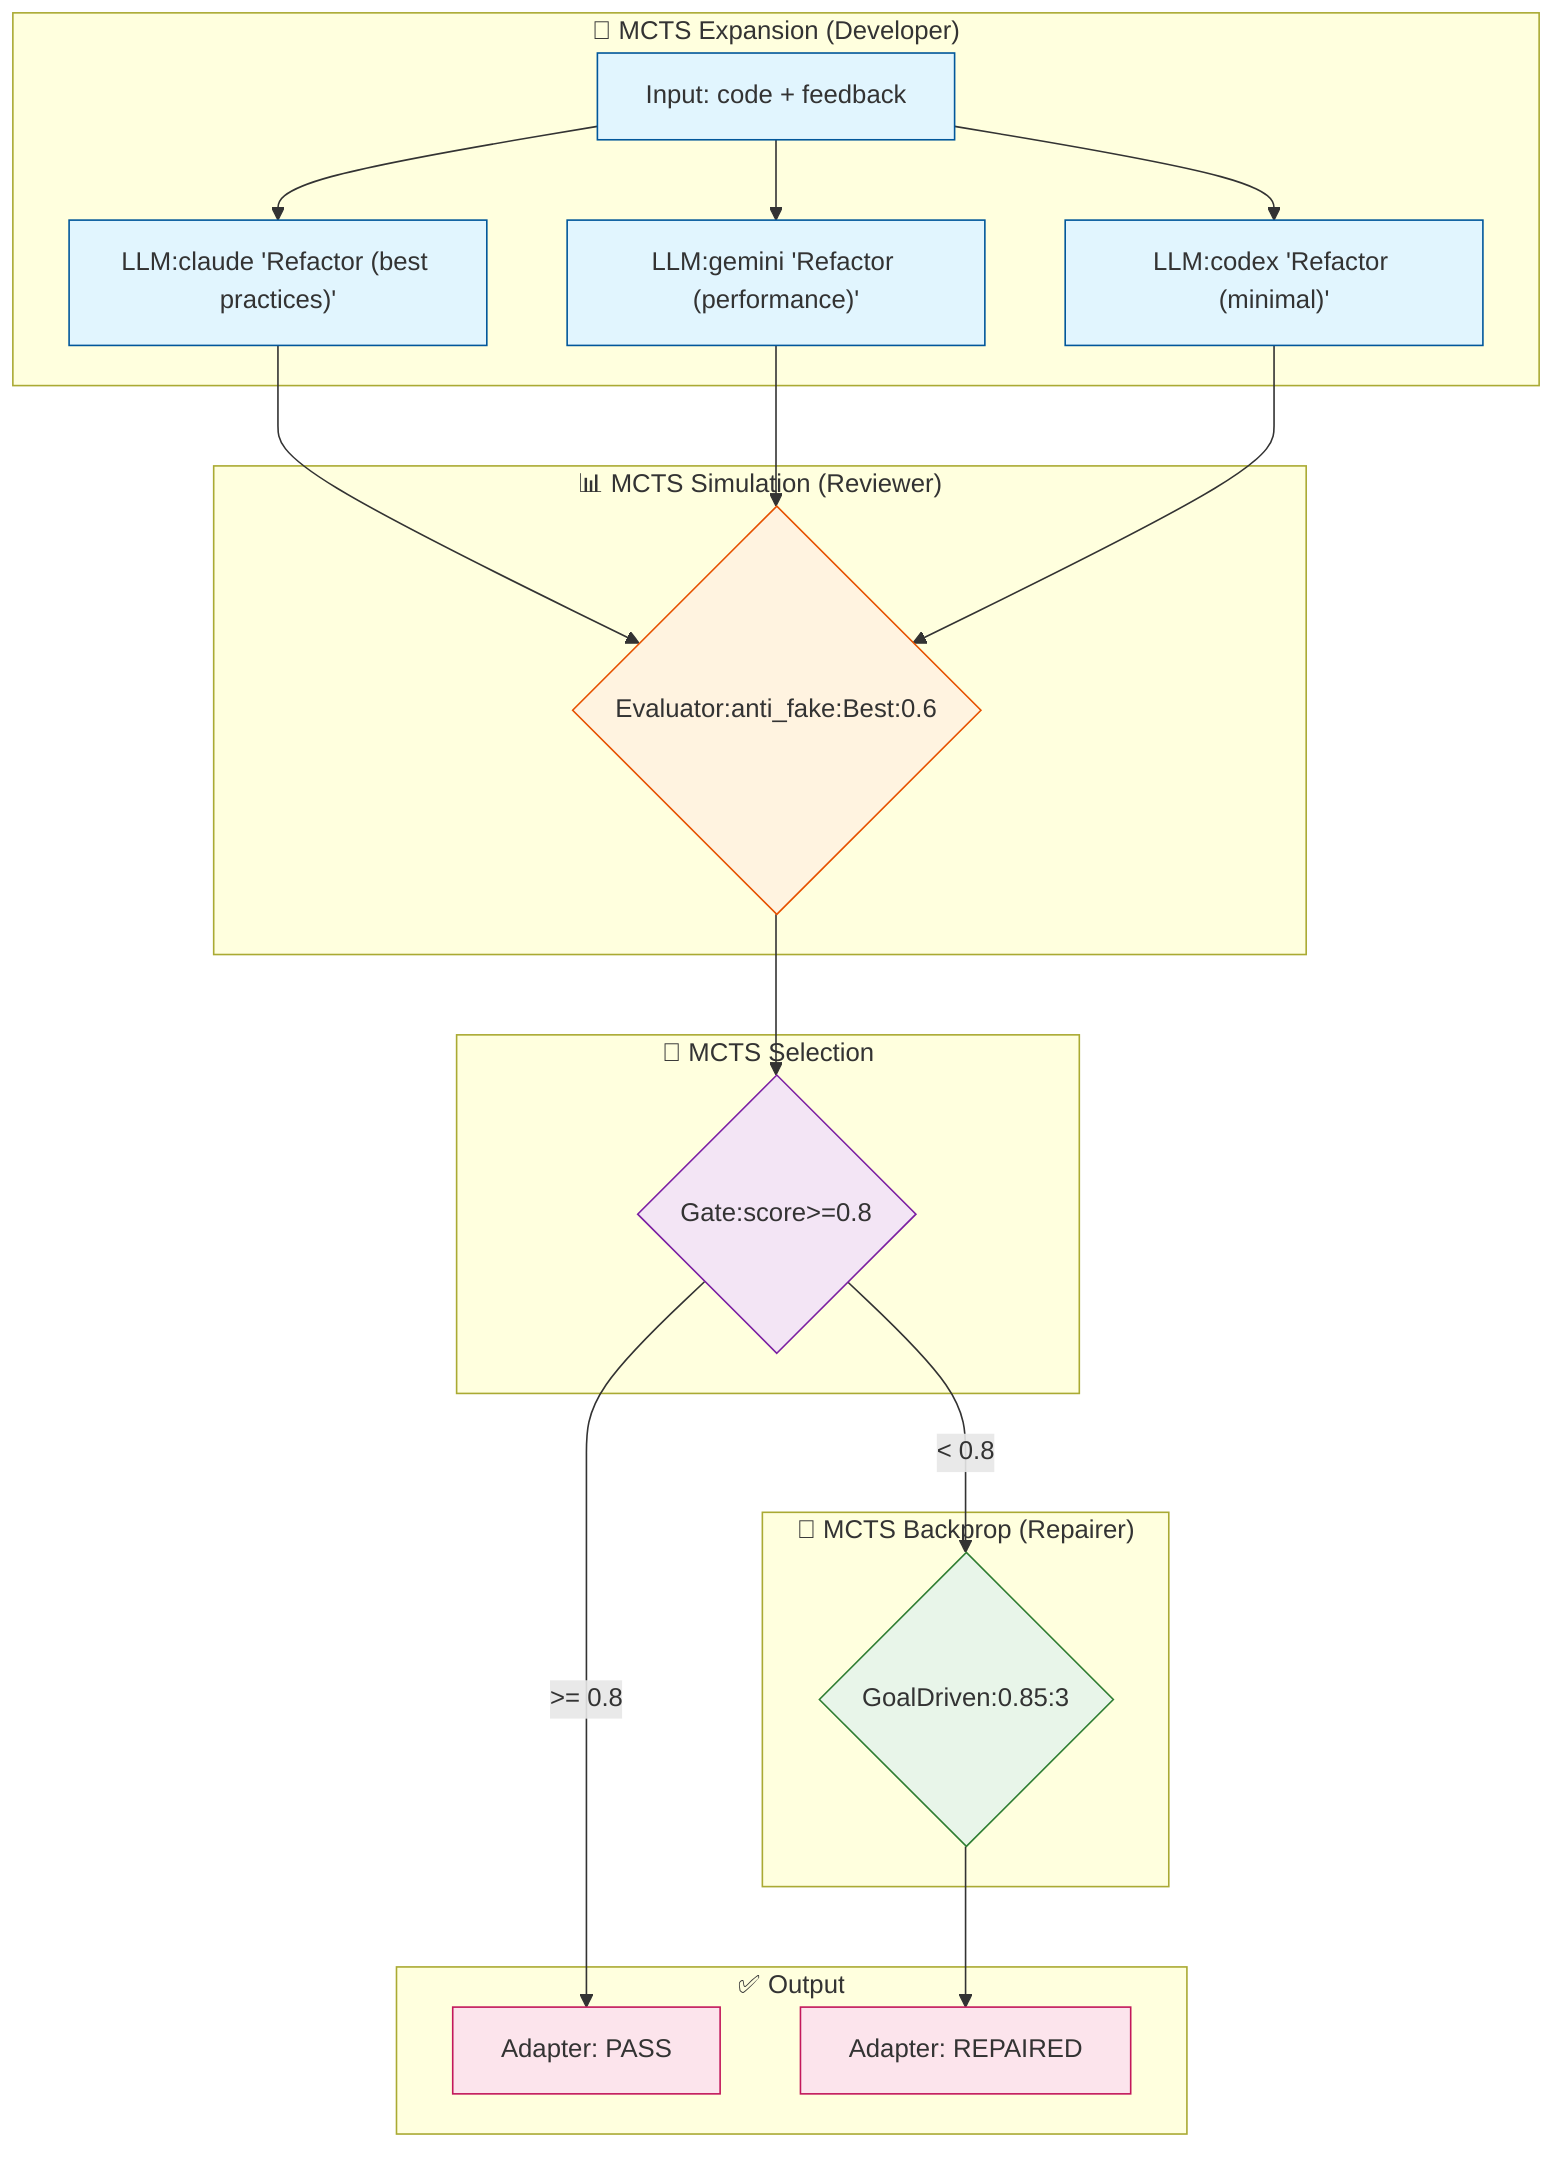
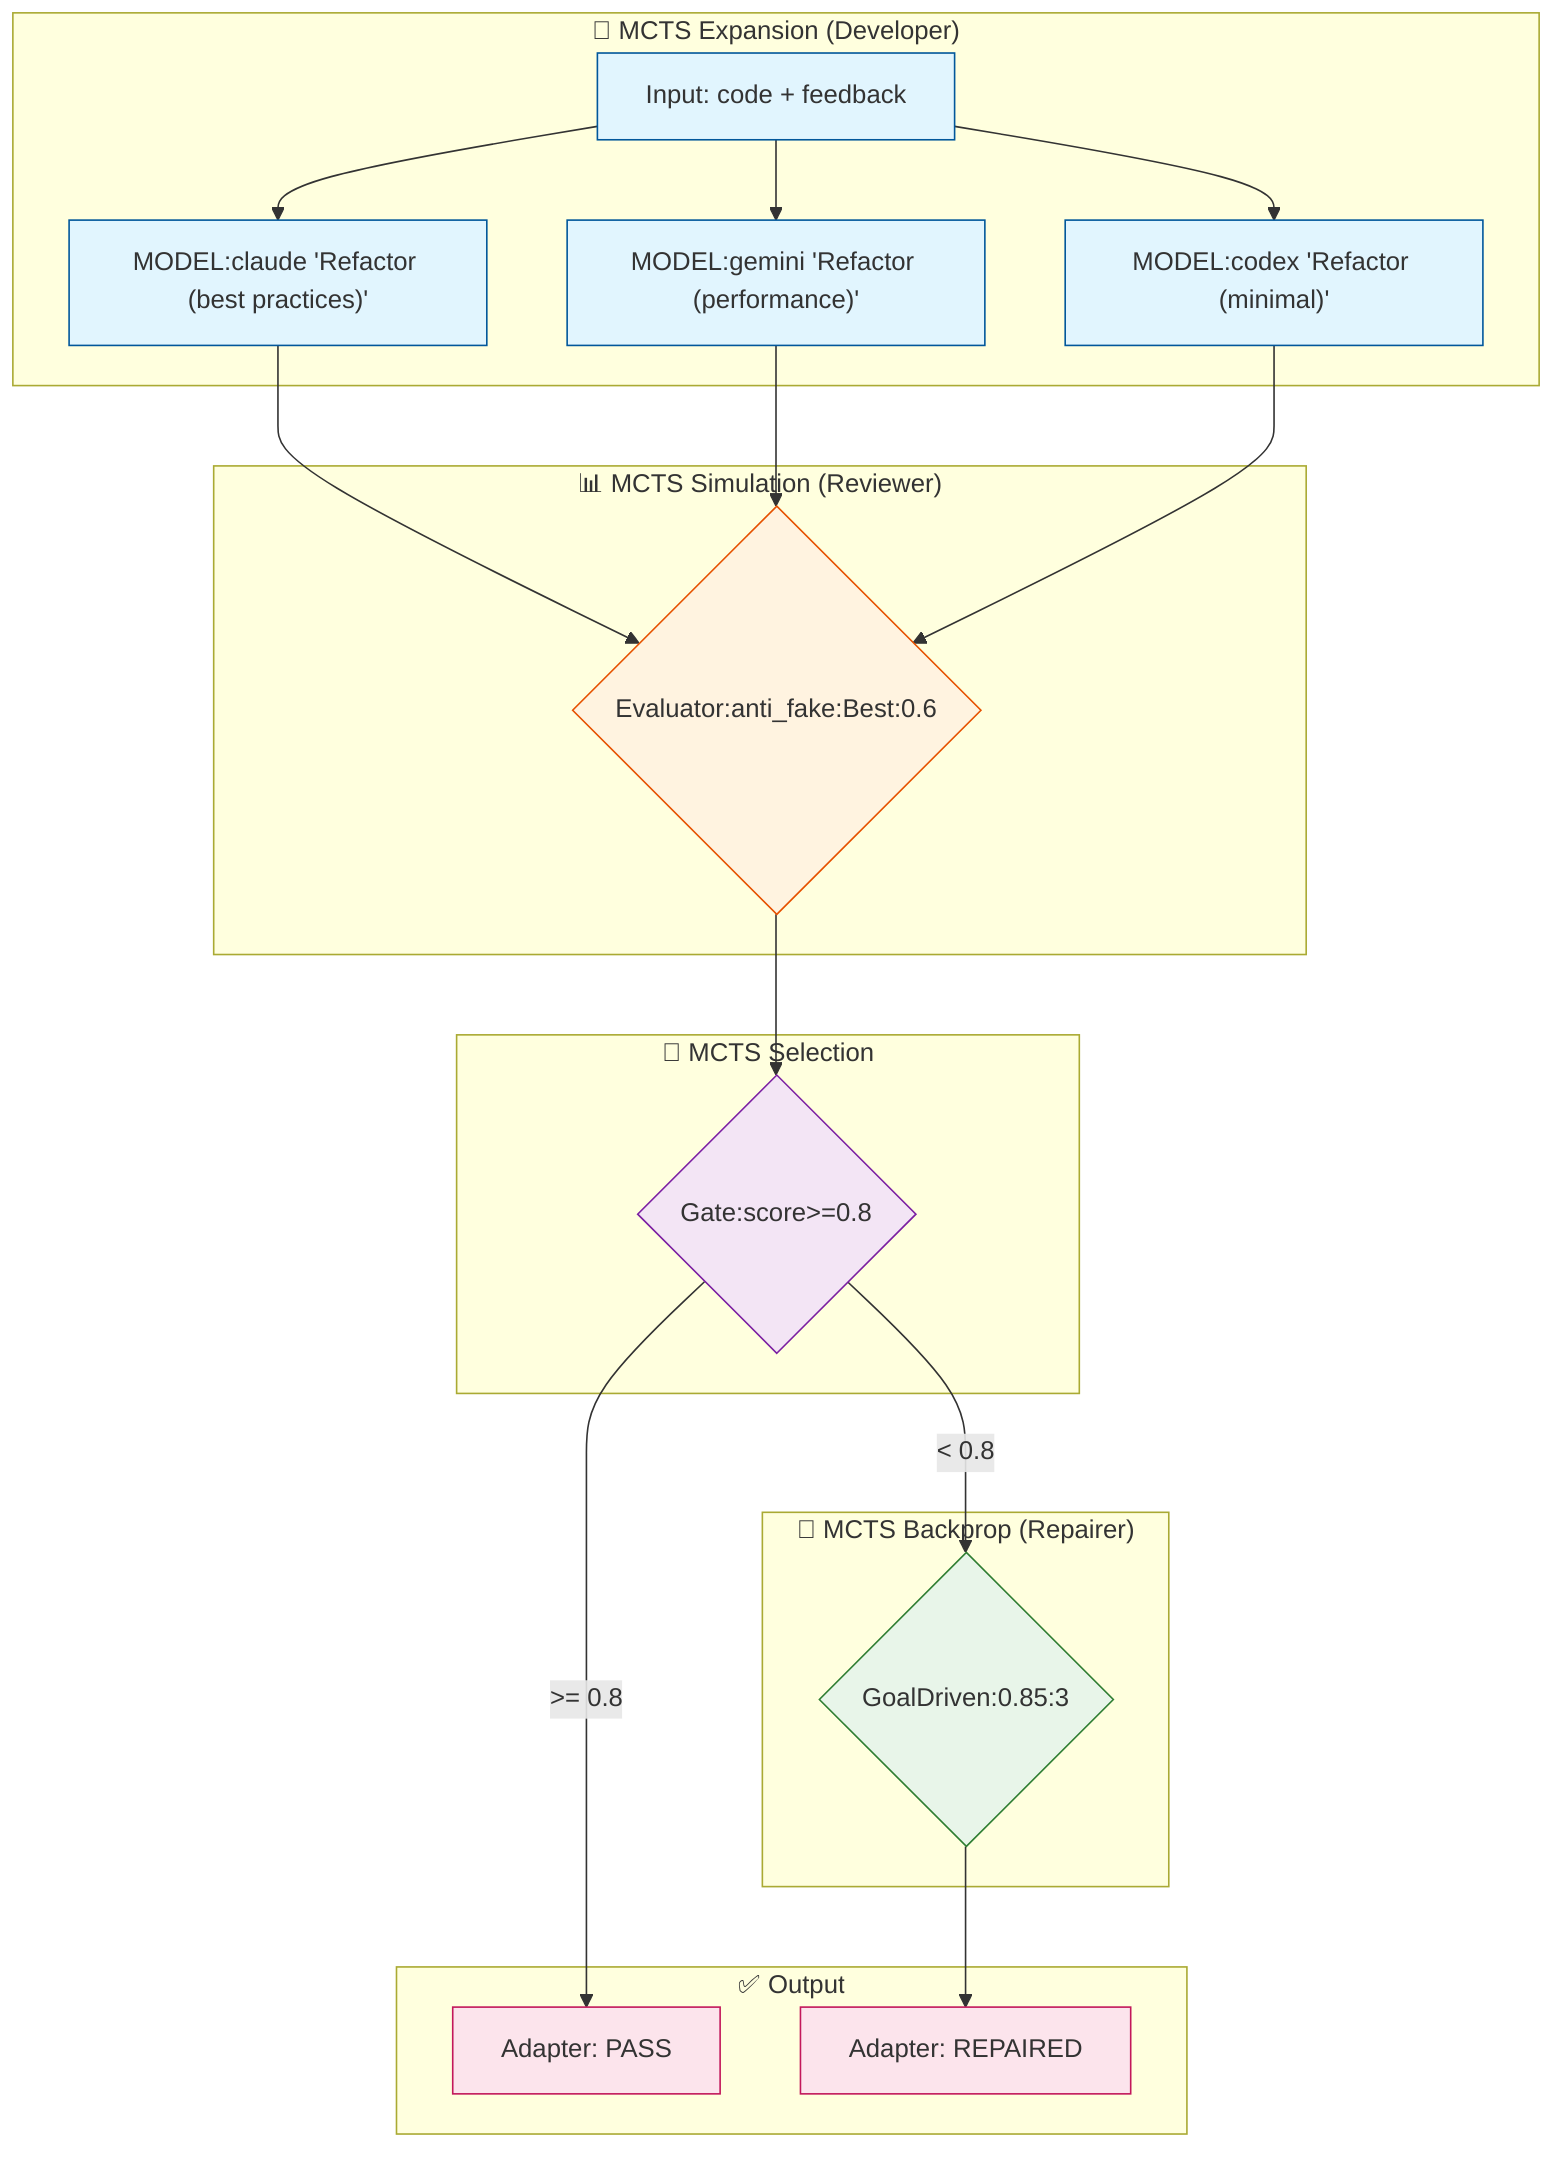
%% MCTS-MANTRA Code Review Pipeline
%% Expansion → Simulation → Selection → Backpropagation

graph TD
    subgraph Expansion["🎲 MCTS Expansion (Developer)"]
        input["Input: code + feedback"]
-         cand1["LLM:claude 'Refactor (best practices)'"]
-         cand2["LLM:gemini 'Refactor (performance)'"]
-         cand3["LLM:codex 'Refactor (minimal)'"]
+         cand1["MODEL:claude 'Refactor (best practices)'"]
+         cand2["MODEL:gemini 'Refactor (performance)'"]
+         cand3["MODEL:codex 'Refactor (minimal)'"]
        input --> cand1
        input --> cand2
        input --> cand3
    end

    subgraph Simulation["📊 MCTS Simulation (Reviewer)"]
        eval{Evaluator:anti_fake:Best:0.6}
        cand1 --> eval
        cand2 --> eval
        cand3 --> eval
    end

    subgraph Selection["🎯 MCTS Selection"]
        gate{Gate:score>=0.8}
        eval --> gate
    end

    subgraph Backprop["🔄 MCTS Backprop (Repairer)"]
        repair{GoalDriven:0.85:3}
        gate -->|"< 0.8"| repair
    end

    subgraph Output["✅ Output"]
        pass["Adapter: PASS"]
        done["Adapter: REPAIRED"]
        gate -->|">= 0.8"| pass
        repair --> done
    end

    %% Styling
    classDef expansion fill:#e1f5fe,stroke:#01579b
    classDef simulation fill:#fff3e0,stroke:#e65100
    classDef selection fill:#f3e5f5,stroke:#7b1fa2
    classDef backprop fill:#e8f5e9,stroke:#2e7d32
    classDef output fill:#fce4ec,stroke:#c2185b

    class cand1,cand2,cand3,input expansion
    class eval simulation
    class gate selection
    class repair backprop
    class pass,done output
